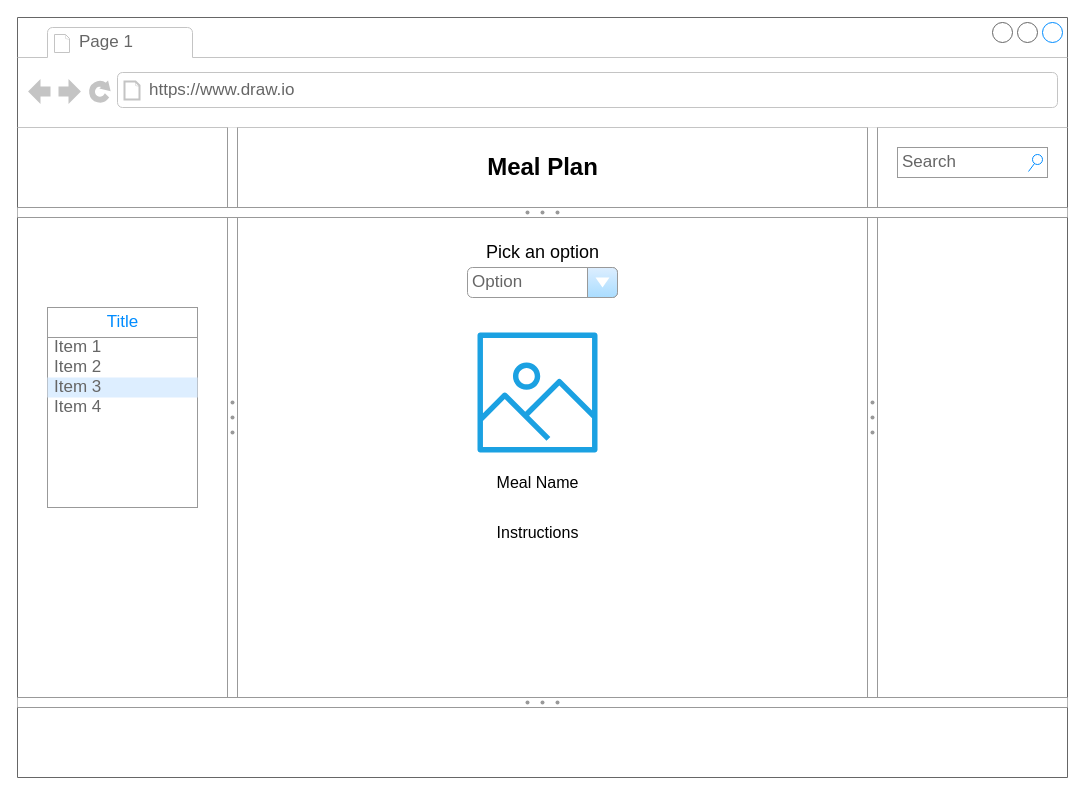
EsmeraldaAca/UIDesign keeps this draw.io diagram as layout.drawio. Above is the earlier version. Source tidied: cells renumbered, new cells numbered last; positions are measured from the earlier drawing's top-left corner, leaving out a move shared by most shapes. Both pictures are drawn from the tidied source at 100%, with x=0, y=0 at pixel (17, 17).
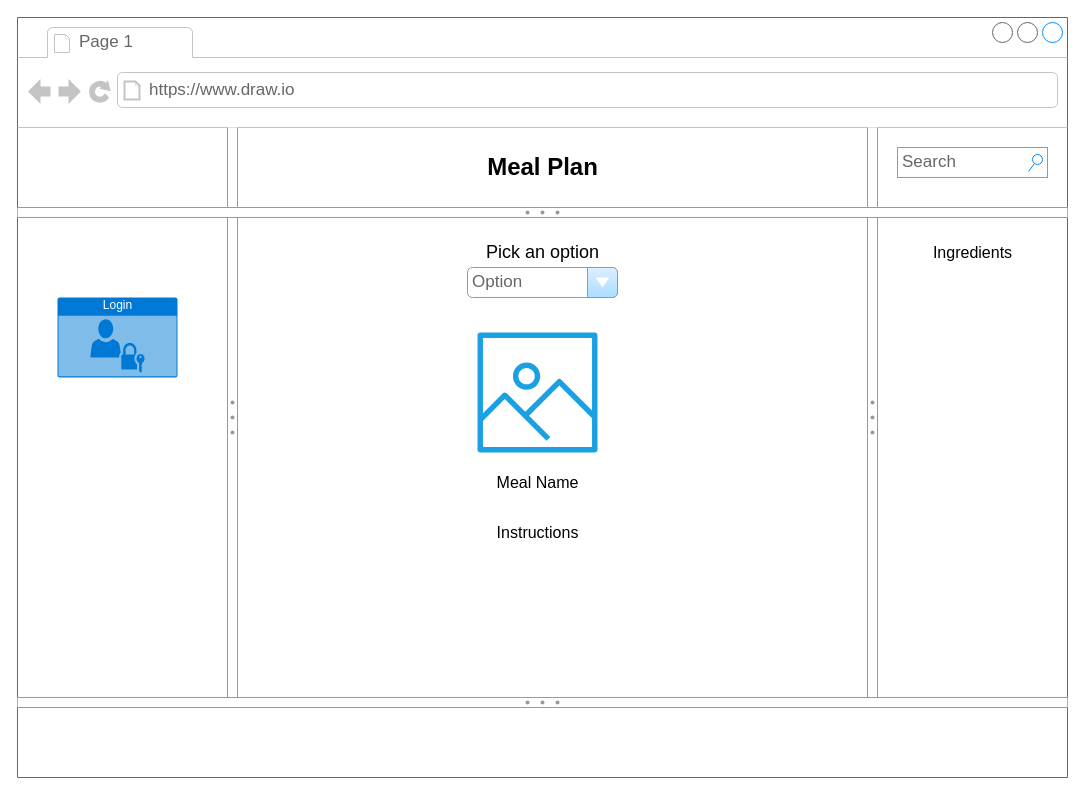
After the change.

Unchanged cells that the change refers to:
```xml
<mxCell id="2" style="strokeWidth=1;shadow=0;dashed=0;align=center;html=1;shape=mxgraph.mockup.containers.browserWindow;rSize=0;strokeColor=#666666;strokeColor2=#008cff;strokeColor3=#c4c4c4;mainText=,;" parent="1" vertex="1">
  <mxGeometry width="1050" height="760" as="geometry" />
</mxCell>
```

Diff of the diagram source:
```diff
@@
-    <mxCell id="11" style="strokeWidth=1;shadow=0;dashed=0;align=center;html=1;shape=mxgraph.mockup.forms.rrect;rSize=0;strokeColor=#999999;fillColor=#ffffff;" parent="2" vertex="1">
-      <mxGeometry x="30" y="290" width="150" height="200" as="geometry" />
-    </mxCell>
-    <mxCell id="12" value="Title" style="strokeWidth=1;shadow=0;dashed=0;align=center;html=1;shape=mxgraph.mockup.forms.rrect;rSize=0;strokeColor=#999999;fontColor=#008cff;fontSize=17;fillColor=#ffffff;" parent="11" vertex="1">
-      <mxGeometry width="150" height="30" relative="1" as="geometry" />
-    </mxCell>
-    <mxCell id="13" value="Item 1" style="strokeWidth=1;shadow=0;dashed=0;align=center;html=1;shape=mxgraph.mockup.forms.anchor;fontSize=17;fontColor=#666666;align=left;spacingLeft=5;" parent="11" vertex="1">
-      <mxGeometry width="150" height="20" relative="1" as="geometry">
-        <mxPoint y="30" as="offset" />
-      </mxGeometry>
-    </mxCell>
-    <mxCell id="14" value="Item 2" style="strokeWidth=1;shadow=0;dashed=0;align=center;html=1;shape=mxgraph.mockup.forms.anchor;fontSize=17;fontColor=#666666;align=left;spacingLeft=5;" parent="11" vertex="1">
-      <mxGeometry width="150" height="20" relative="1" as="geometry">
-        <mxPoint y="50" as="offset" />
-      </mxGeometry>
-    </mxCell>
-    <mxCell id="15" value="Item 3" style="strokeWidth=1;shadow=0;dashed=0;align=center;html=1;shape=mxgraph.mockup.forms.rrect;rSize=0;fontSize=17;fontColor=#666666;align=left;spacingLeft=5;fillColor=#ddeeff;strokeColor=none;" parent="11" vertex="1">
-      <mxGeometry width="150" height="20" relative="1" as="geometry">
-        <mxPoint y="70" as="offset" />
-      </mxGeometry>
-    </mxCell>
-    <mxCell id="16" value="Item 4" style="strokeWidth=1;shadow=0;dashed=0;align=center;html=1;shape=mxgraph.mockup.forms.anchor;fontSize=17;fontColor=#666666;align=left;spacingLeft=5;" parent="11" vertex="1">
-      <mxGeometry width="150" height="20" relative="1" as="geometry">
-        <mxPoint y="90" as="offset" />
-      </mxGeometry>
-    </mxCell>
@@
+    <mxCell id="22" value="&lt;font style=&quot;font-size: 16px;&quot;&gt;Ingredients&lt;/font&gt;" style="text;html=1;strokeColor=none;fillColor=none;align=center;verticalAlign=middle;whiteSpace=wrap;rounded=0;" parent="2" vertex="1">
+      <mxGeometry x="873.8" y="220" width="162.5" height="30" as="geometry" />
+    </mxCell>
+    <mxCell id="23" value="Login" style="html=1;strokeColor=none;fillColor=#0079D6;labelPosition=center;verticalLabelPosition=middle;verticalAlign=top;align=center;fontSize=12;spacingTop=-6;fontColor=#FFFFFF;sketch=0;shape=mxgraph.sitemap.login;" parent="2" vertex="1">
+      <mxGeometry x="40" y="280" width="120" height="80" as="geometry" />
+    </mxCell>
```
